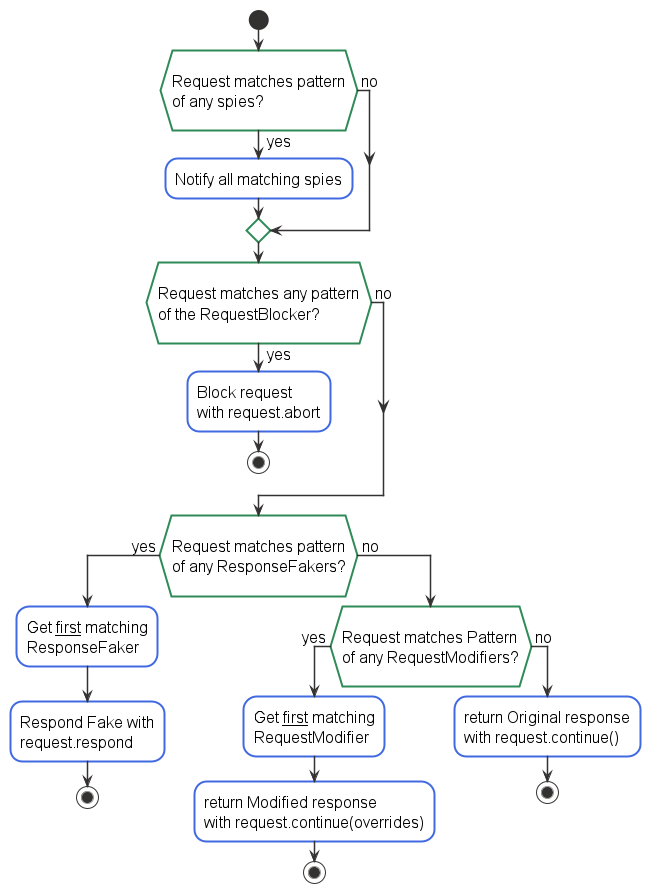
The PlantUML diagram documentation/activity.png in Tabueeee/puppeteer-request-spy, before a commit.
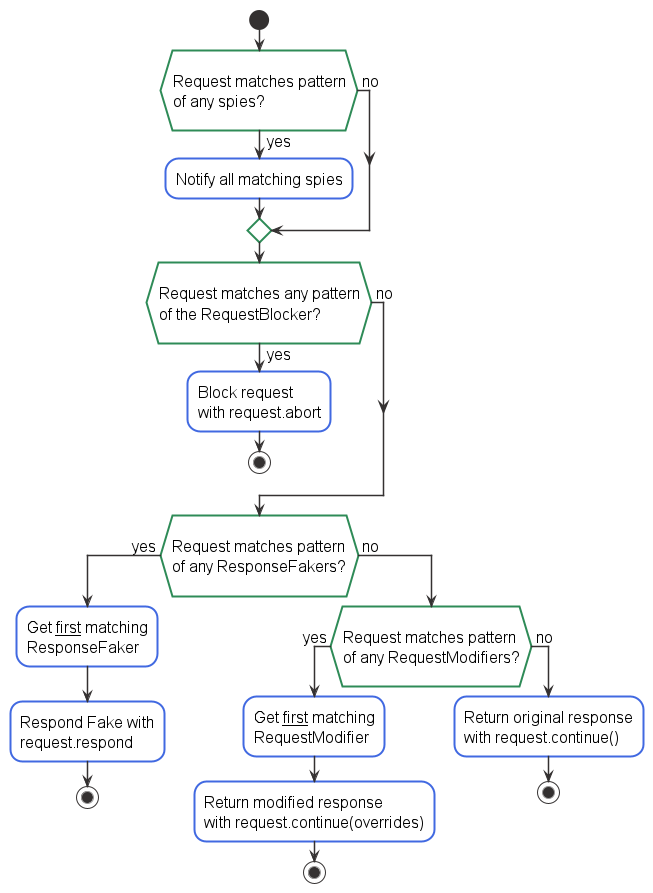
Above is the later version.

What changed in the source:
```diff
@@ -44,12 +44,12 @@
   :Respond Fake with\nrequest.respond;
   stop
 else ( no )
-    if (\nRequest matches Pattern\nof any RequestModifiers?\n) then ( yes )
+    if (\nRequest matches pattern\nof any RequestModifiers?\n) then ( yes )
         :Get __first__ matching\nRequestModifier;
-        :return Modified response\nwith request.continue(overrides);
+        :Return modified response\nwith request.continue(overrides);
         stop
     else ( no )
-        :return Original response\nwith request.continue();
+        :Return original response\nwith request.continue();
         stop
     endif
 endif
```
